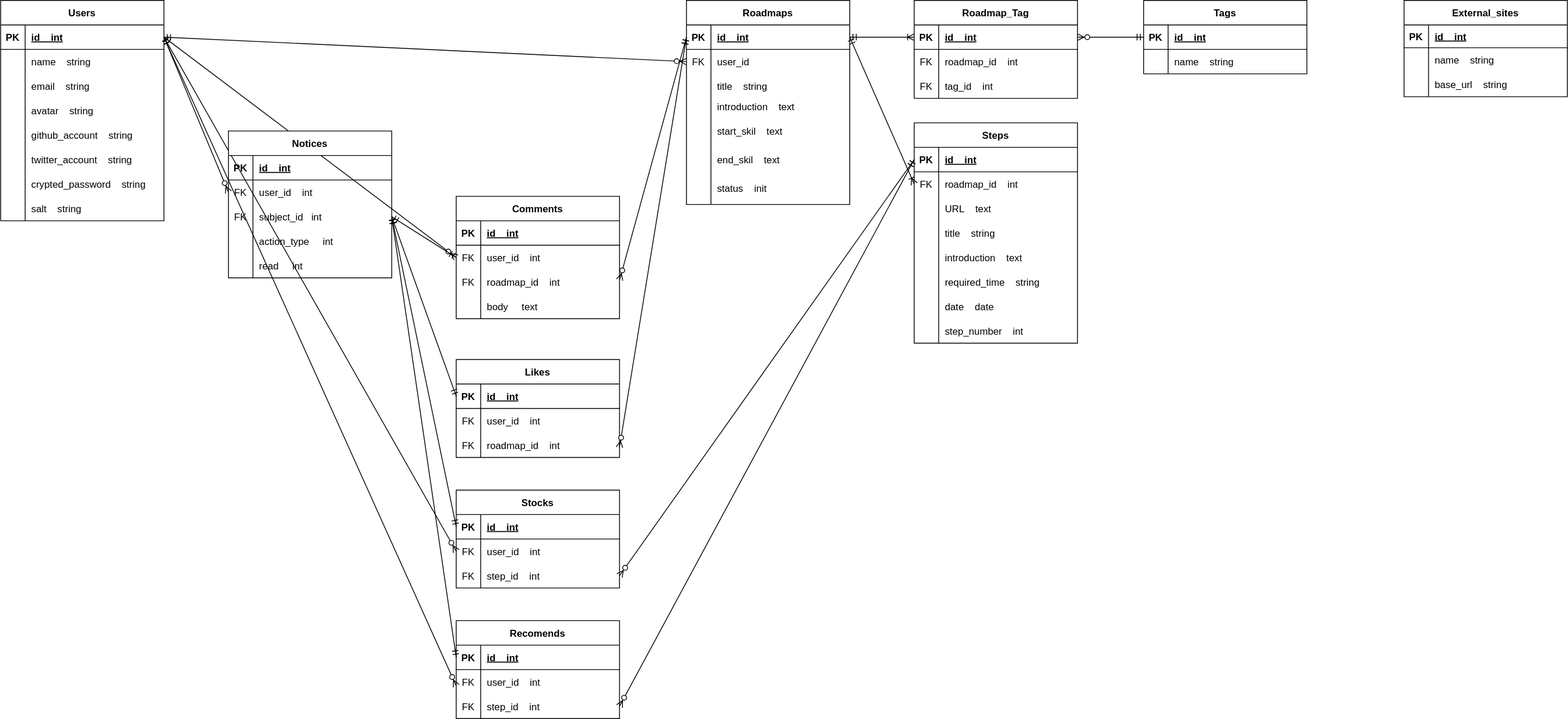
Earlier version of the draw.io export DB_design/ERD.svg (uyudane/backend-proadmaps). Source tidied: cells renumbered, new cells last; positions are measured from the earlier drawing's top-left corner, leaving out a move shared by most shapes.
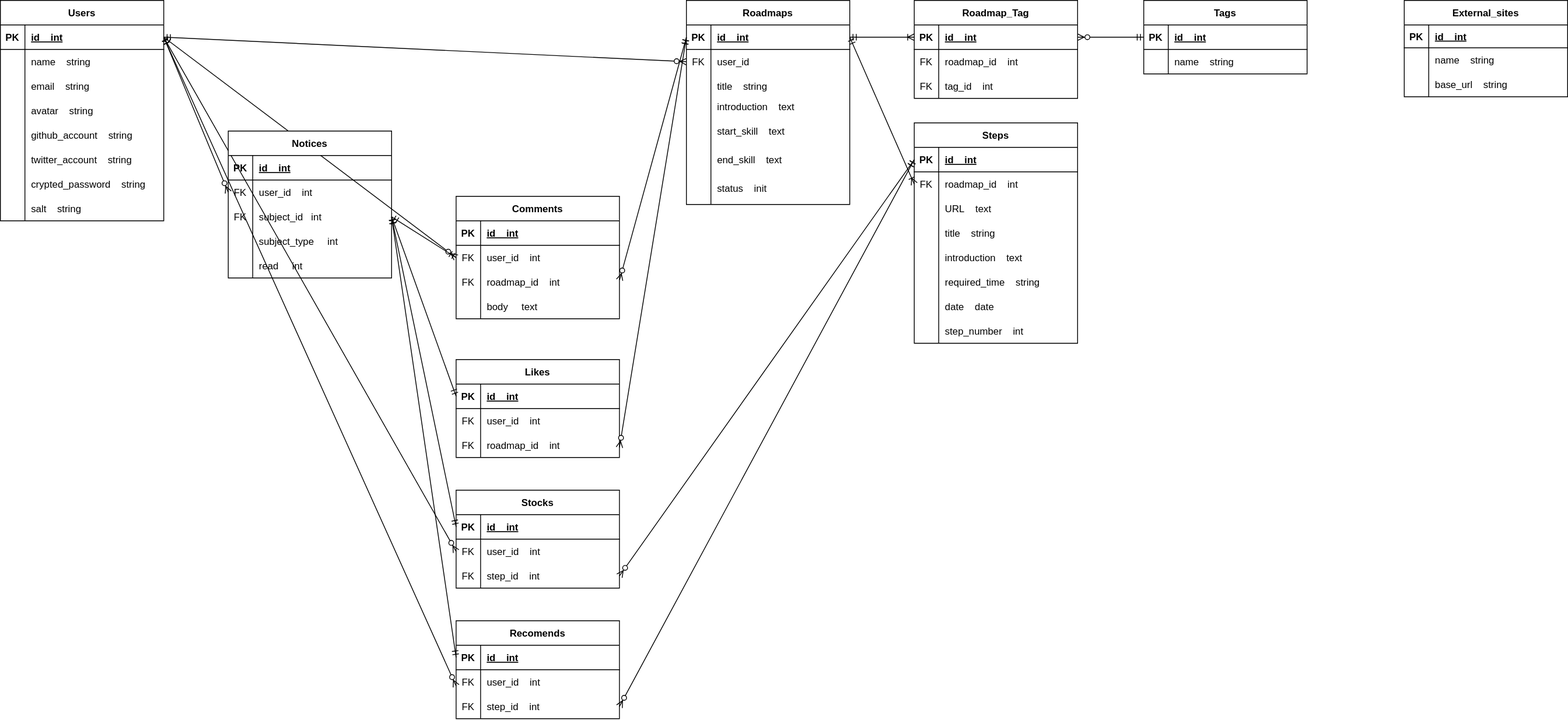
After the commit.

Commit message:
Fix: ER図、テーブル定義を修正

Change to the diagram source:
```diff
@@ -122,7 +122,7 @@
     <mxCell id="41" style="shape=partialRectangle;fillColor=none;top=0;left=0;bottom=0;right=0;overflow=hidden;" parent="40" vertex="1">
       <mxGeometry width="30" height="40" as="geometry" />
     </mxCell>
-    <mxCell id="42" value="start_skil    text" style="shape=partialRectangle;fillColor=none;top=0;left=0;bottom=0;right=0;align=left;spacingLeft=6;overflow=hidden;" parent="40" vertex="1">
+    <mxCell id="42" value="start_skill    text" style="shape=partialRectangle;fillColor=none;top=0;left=0;bottom=0;right=0;align=left;spacingLeft=6;overflow=hidden;" parent="40" vertex="1">
       <mxGeometry x="30" width="170" height="40" as="geometry" />
     </mxCell>
     <mxCell id="43" style="shape=tableRow;horizontal=0;startSize=0;swimlaneHead=0;swimlaneBody=0;fillColor=none;top=0;left=0;right=0;bottom=0;" parent="27" vertex="1">
@@ -131,7 +131,7 @@
     <mxCell id="44" style="shape=partialRectangle;fillColor=none;top=0;left=0;bottom=0;right=0;overflow=hidden;" parent="43" vertex="1">
       <mxGeometry width="30" height="30" as="geometry" />
     </mxCell>
-    <mxCell id="45" value="end_skil    text" style="shape=partialRectangle;fillColor=none;top=0;left=0;bottom=0;right=0;align=left;spacingLeft=6;overflow=hidden;" parent="43" vertex="1">
+    <mxCell id="45" value="end_skill    text" style="shape=partialRectangle;fillColor=none;top=0;left=0;bottom=0;right=0;align=left;spacingLeft=6;overflow=hidden;" parent="43" vertex="1">
       <mxGeometry x="30" width="170" height="30" as="geometry" />
     </mxCell>
     <mxCell id="46" style="shape=tableRow;horizontal=0;startSize=0;swimlaneHead=0;swimlaneBody=0;fillColor=none;top=0;left=0;right=0;bottom=0;" parent="27" vertex="1">
@@ -467,7 +467,7 @@
     <mxCell id="156" style="shape=partialRectangle;fillColor=none;top=0;left=0;bottom=0;right=0;overflow=hidden;" parent="155" vertex="1">
       <mxGeometry width="30" height="30" as="geometry" />
     </mxCell>
-    <mxCell id="157" value="action_type     int" style="shape=partialRectangle;fillColor=none;top=0;left=0;bottom=0;right=0;align=left;spacingLeft=6;overflow=hidden;" parent="155" vertex="1">
+    <mxCell id="157" value="subject_type     int" style="shape=partialRectangle;fillColor=none;top=0;left=0;bottom=0;right=0;align=left;spacingLeft=6;overflow=hidden;" parent="155" vertex="1">
       <mxGeometry x="30" width="170" height="30" as="geometry" />
     </mxCell>
     <mxCell id="158" style="shape=tableRow;horizontal=0;startSize=0;swimlaneHead=0;swimlaneBody=0;fillColor=none;top=0;left=0;right=0;bottom=0;" parent="145" vertex="1">
```
